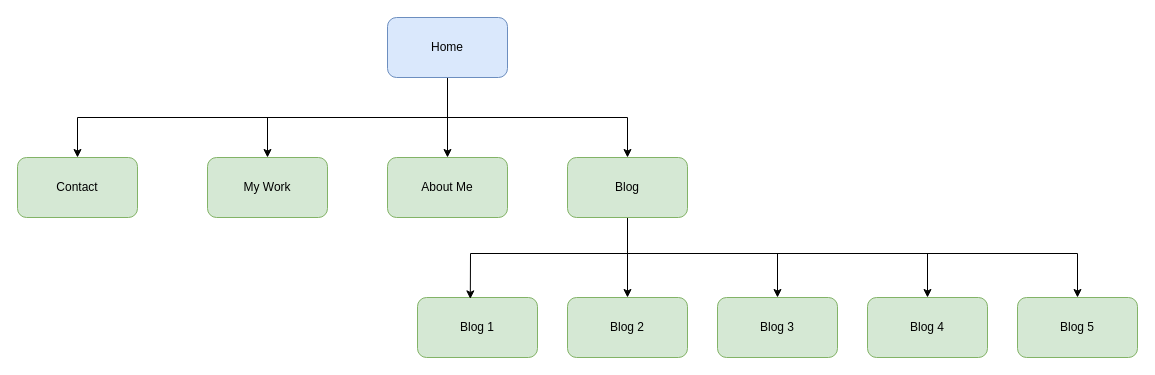
The draw.io diagram docs/portfolio_1_sitemap version 2.0.drawio.xml in simon-tanna/SImonTanna_T1A2, before the edit. Source tidied: cells renumbered, new cells numbered last; positions are measured from the earlier drawing's top-left corner, leaving out a move shared by most shapes. Both pictures are drawn from the tidied source at 100%, with x=0, y=0 at pixel (17, 17).
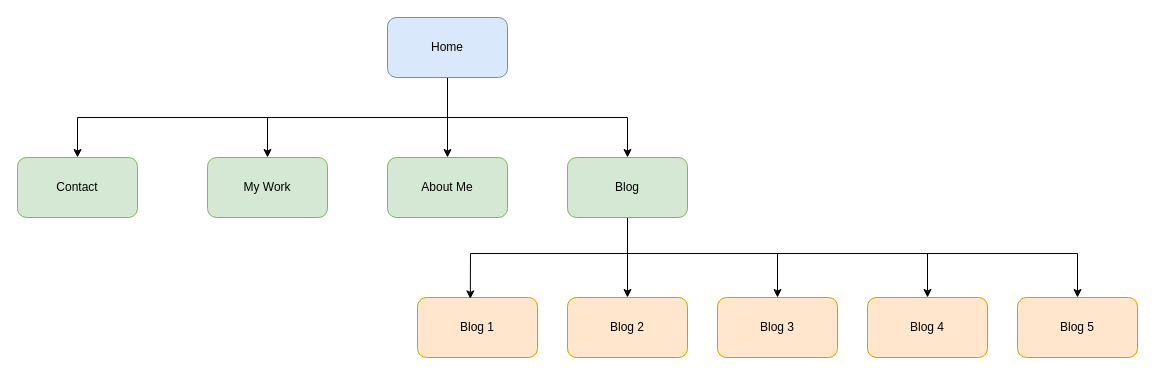
The same diagram, later.

Commit message (it also covers changes not shown here):
updated colours in sitemap. added work in progress version of slidedeck pdf

Change to the diagram source:
```diff
@@
-    <mxCell id="12" value="Blog 2" style="rounded=1;whiteSpace=wrap;html=1;fillColor=#d5e8d4;strokeColor=#82b366;" parent="1" vertex="1">
+    <mxCell id="12" value="Blog 2" style="rounded=1;whiteSpace=wrap;html=1;fillColor=#ffe6cc;strokeColor=#d79b00;" parent="1" vertex="1">
       <mxGeometry x="550" y="280" width="120" height="60" as="geometry" />
     </mxCell>
-    <mxCell id="13" value="Blog 5" style="rounded=1;whiteSpace=wrap;html=1;fillColor=#d5e8d4;strokeColor=#82b366;" parent="1" vertex="1">
+    <mxCell id="13" value="Blog 5" style="rounded=1;whiteSpace=wrap;html=1;fillColor=#ffe6cc;strokeColor=#d79b00;" parent="1" vertex="1">
       <mxGeometry x="1000" y="280" width="120" height="60" as="geometry" />
     </mxCell>
-    <mxCell id="14" value="Blog 4" style="rounded=1;whiteSpace=wrap;html=1;fillColor=#d5e8d4;strokeColor=#82b366;" parent="1" vertex="1">
+    <mxCell id="14" value="Blog 4" style="rounded=1;whiteSpace=wrap;html=1;fillColor=#ffe6cc;strokeColor=#d79b00;" parent="1" vertex="1">
       <mxGeometry x="850" y="280" width="120" height="60" as="geometry" />
     </mxCell>
-    <mxCell id="15" value="Blog 3" style="rounded=1;whiteSpace=wrap;html=1;fillColor=#d5e8d4;strokeColor=#82b366;" parent="1" vertex="1">
+    <mxCell id="15" value="Blog 3" style="rounded=1;whiteSpace=wrap;html=1;fillColor=#ffe6cc;strokeColor=#d79b00;" parent="1" vertex="1">
       <mxGeometry x="700" y="280" width="120" height="60" as="geometry" />
     </mxCell>
-    <mxCell id="16" value="Blog 1" style="rounded=1;whiteSpace=wrap;html=1;fillColor=#d5e8d4;strokeColor=#82b366;" parent="1" vertex="1">
+    <mxCell id="16" value="Blog 1" style="rounded=1;whiteSpace=wrap;html=1;fillColor=#ffe6cc;strokeColor=#d79b00;" parent="1" vertex="1">
       <mxGeometry x="400" y="280" width="120" height="60" as="geometry" />
     </mxCell>
```
